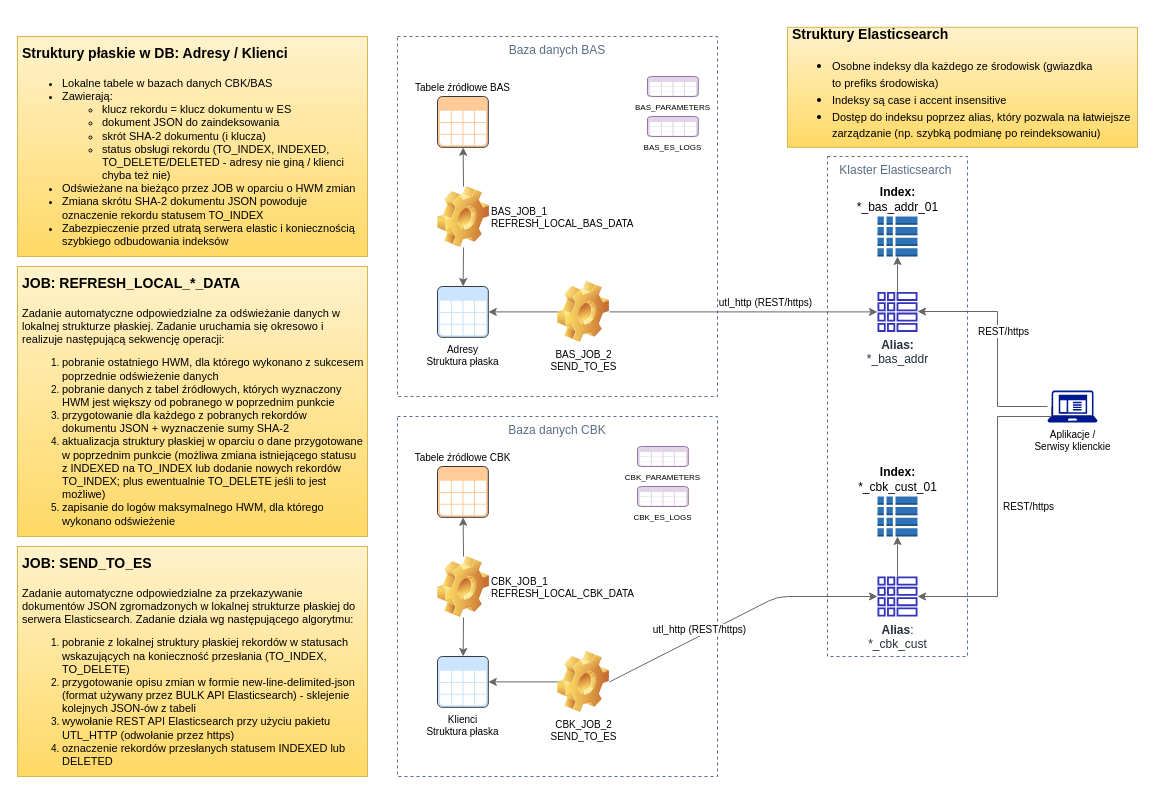
Earlier version of the draw.io diagram ES_w_BAS_i_CBK.drawio (akaliski/drawio). Source tidied: cells renumbered, new cells numbered last; positions are measured from the earlier drawing's top-left corner, leaving out a move shared by most shapes. Both pictures are drawn from the tidied source at 100%, with x=0, y=0 at pixel (17, 27).
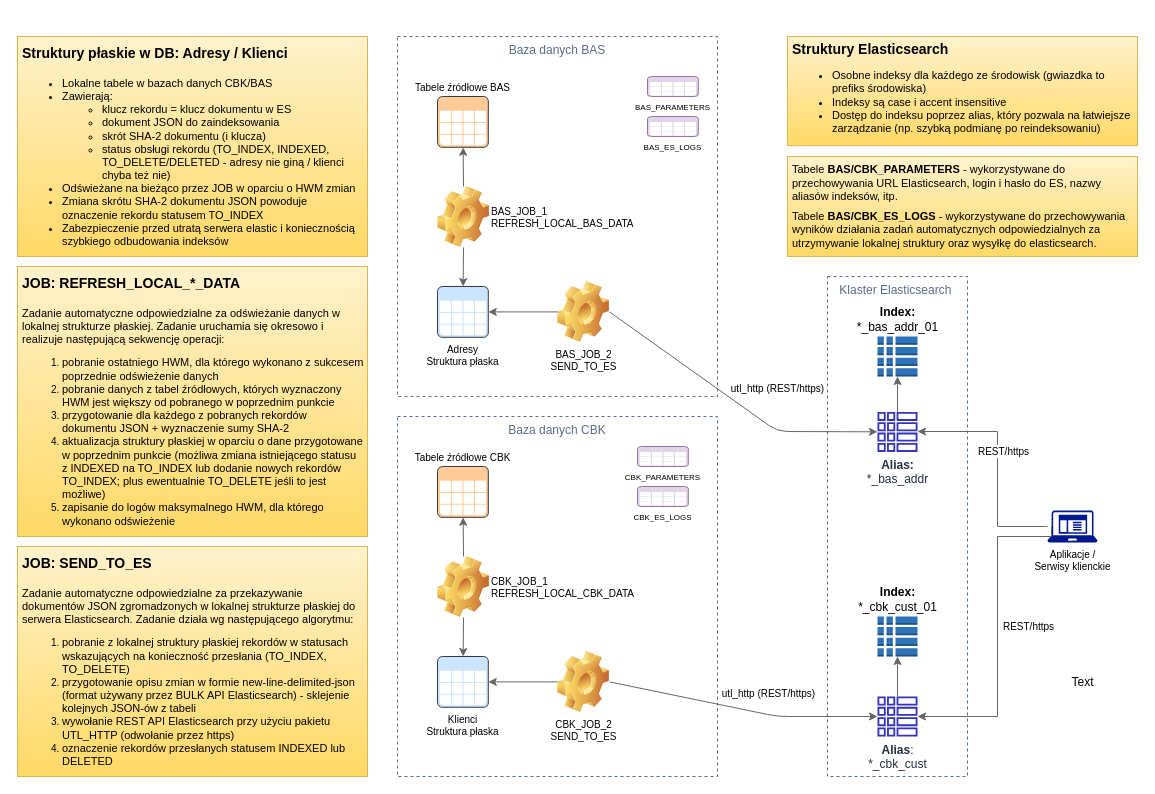
After the change.

Commit message:
final cbk/bas elastic

The change refers to these unchanged cells:
```xml
<mxCell id="2" style="group;spacingTop=0;" parent="1" vertex="1">
  <mxGeometry x="380" y="9" width="740" height="740" as="geometry" />
</mxCell>
<mxCell id="9" value="BAS_JOB_2&lt;br style=&quot;font-size: 10px&quot;&gt;SEND_TO_ES" style="shape=image;html=1;verticalLabelPosition=bottom;labelBackgroundColor=#ffffff;verticalAlign=top;imageAspect=1;image=img/clipart/Gear_128x128.png;labelPosition=center;align=center;fontSize=10;" parent="2" vertex="1">
  <mxGeometry x="160" y="244.9" width="52" height="61" as="geometry" />
</mxCell>
<mxCell id="17" value="CBK_JOB_2&lt;br style=&quot;font-size: 10px&quot;&gt;SEND_TO_ES" style="shape=image;html=1;verticalLabelPosition=bottom;labelBackgroundColor=#ffffff;verticalAlign=top;imageAspect=1;image=img/clipart/Gear_128x128.png;labelPosition=center;align=center;fontSize=10;" parent="2" vertex="1">
  <mxGeometry x="160" y="614.9" width="52" height="61" as="geometry" />
</mxCell>
```

The edit, as a diff of the source:
```diff
@@
     <mxCell id="23" value="Klaster Elasticsearch " style="fillColor=none;strokeColor=#5A6C86;dashed=1;verticalAlign=top;fontStyle=0;fontColor=#5A6C86;" parent="2" vertex="1">
-      <mxGeometry x="430" y="120" width="140" height="500" as="geometry" />
+      <mxGeometry x="430" y="240" width="140" height="500" as="geometry" />
     </mxCell>
     <mxCell id="24" value="&lt;b&gt;Alias:&lt;br&gt;&lt;/b&gt;*_bas_addr" style="outlineConnect=0;fontColor=#232F3E;gradientColor=none;fillColor=#3334B9;strokeColor=none;dashed=0;verticalLabelPosition=bottom;verticalAlign=top;align=center;html=1;fontSize=12;fontStyle=0;shape=mxgraph.aws4.global_secondary_index;" parent="2" vertex="1">
-      <mxGeometry x="480" y="255.4" width="40" height="40" as="geometry" />
+      <mxGeometry x="480" y="375.4" width="40" height="40" as="geometry" />
     </mxCell>
@@
     <mxCell id="26" value="&lt;span style=&quot;font-size: 12px&quot;&gt;&lt;b&gt;Index:&lt;/b&gt;&lt;br&gt;*_bas_addr_01&lt;/span&gt;" style="outlineConnect=0;dashed=0;verticalLabelPosition=top;verticalAlign=bottom;align=center;html=1;shape=mxgraph.aws3.global_secondary_index;fillColor=#2E73B8;gradientColor=none;fontSize=8;fontColor=#000000;labelPosition=center;" parent="2" vertex="1">
-      <mxGeometry x="480" y="180" width="40" height="40" as="geometry" />
+      <mxGeometry x="480" y="300" width="40" height="40" as="geometry" />
     </mxCell>
     <mxCell id="27" value="&lt;b&gt;Alias&lt;/b&gt;:&lt;br&gt;*_cbk_cust" style="outlineConnect=0;fontColor=#232F3E;gradientColor=none;fillColor=#3334B9;strokeColor=none;dashed=0;verticalLabelPosition=bottom;verticalAlign=top;align=center;html=1;fontSize=12;fontStyle=0;shape=mxgraph.aws4.global_secondary_index;labelPosition=center;" parent="2" vertex="1">
-      <mxGeometry x="480" y="540" width="40" height="40" as="geometry" />
+      <mxGeometry x="480" y="660" width="40" height="40" as="geometry" />
     </mxCell>
@@
     <mxCell id="29" value="&lt;span style=&quot;font-size: 12px&quot;&gt;&lt;b&gt;Index:&lt;br&gt;&lt;/b&gt;*_cbk_cust_01&lt;/span&gt;" style="outlineConnect=0;dashed=0;verticalLabelPosition=top;verticalAlign=bottom;align=center;html=1;shape=mxgraph.aws3.global_secondary_index;fillColor=#2E73B8;gradientColor=none;fontSize=8;fontColor=#000000;labelPosition=center;" parent="2" vertex="1">
-      <mxGeometry x="480" y="460" width="40" height="40" as="geometry" />
+      <mxGeometry x="480" y="580" width="40" height="40" as="geometry" />
     </mxCell>
     <mxCell id="30" style="endArrow=classic;html=1;fontColor=#333333;fillColor=#6d8764;strokeColor=#666666;exitX=1;exitY=0.5;exitDx=0;exitDy=0;" parent="2" edge="1" source="17" target="27">
       <mxGeometry relative="1" as="geometry">
         <Array as="points">
-          <mxPoint x="380" y="560" />
+          <mxPoint x="380" y="680" />
         </Array>
       </mxGeometry>
     </mxCell>
     <mxCell id="31" value="utl_http (REST/https)" style="edgeLabel;html=1;align=center;verticalAlign=bottom;fontSize=10;fontColor=#000000;labelPosition=center;verticalLabelPosition=top;" parent="30" vertex="1">
-      <mxGeometry x="-0.31" y="-1" relative="1" as="geometry" />
+      <mxGeometry x="-0.31" y="-1" relative="1" as="geometry">
+        <mxPoint x="67.1" as="offset" />
+      </mxGeometry>
     </mxCell>
     <mxCell id="32" style="endArrow=classic;html=1;fontColor=#333333;fillColor=#6d8764;strokeColor=#666666;exitX=1;exitY=0.5;exitDx=0;exitDy=0;" parent="2" edge="1" source="9" target="24">
-      <mxGeometry relative="1" as="geometry" />
+      <mxGeometry relative="1" as="geometry">
+        <Array as="points">
+          <mxPoint x="380" y="395" />
+        </Array>
+      </mxGeometry>
     </mxCell>
     <mxCell id="33" value="utl_http (REST/https)" style="edgeLabel;html=1;align=center;verticalAlign=bottom;fontSize=10;fontColor=#000000;labelPosition=center;verticalLabelPosition=top;" parent="32" vertex="1">
-      <mxGeometry x="0.16" y="1" relative="1" as="geometry" />
+      <mxGeometry x="0.16" y="1" relative="1" as="geometry">
+        <mxPoint x="22.4" y="-17.8" as="offset" />
+      </mxGeometry>
     </mxCell>
     <mxCell id="34" style="edgeStyle=orthogonalEdgeStyle;rounded=0;jettySize=auto;html=1;strokeColor=#666666;fontSize=10;fontColor=#000000;" parent="2" edge="1" source="36" target="24">
       <mxGeometry relative="1" as="geometry">
         <Array as="points">
-          <mxPoint x="600" y="370" />
-          <mxPoint x="600" y="275" />
+          <mxPoint x="600" y="490" />
+          <mxPoint x="600" y="395" />
         </Array>
       </mxGeometry>
     </mxCell>
@@
     <mxCell id="36" value="Aplikacje /&lt;br&gt;Serwisy klienckie" style="shadow=0;dashed=0;html=1;strokeColor=none;labelPosition=center;verticalLabelPosition=bottom;verticalAlign=top;align=center;fillColor=#00188D;shape=mxgraph.mscae.enterprise.client_application;fontSize=10;fontColor=#000000;" parent="2" vertex="1">
-      <mxGeometry x="650" y="354" width="50" height="32" as="geometry" />
+      <mxGeometry x="650" y="474" width="50" height="32" as="geometry" />
     </mxCell>
     <mxCell id="37" style="edgeStyle=orthogonalEdgeStyle;rounded=0;jettySize=auto;html=1;strokeColor=#666666;fontSize=10;fontColor=#000000;exitX=0.08;exitY=0.5;exitDx=0;exitDy=0;exitPerimeter=0;" parent="2" edge="1" source="36" target="27">
       <mxGeometry relative="1" as="geometry">
         <Array as="points">
-          <mxPoint x="654" y="380" />
-          <mxPoint x="600" y="380" />
-          <mxPoint x="600" y="560" />
+          <mxPoint x="654" y="500" />
+          <mxPoint x="600" y="500" />
+          <mxPoint x="600" y="680" />
         </Array>
       </mxGeometry>
     </mxCell>
@@
+    <mxCell id="42" value="&lt;h1 style=&quot;font-size: 14px&quot;&gt;&lt;font style=&quot;font-size: 14px&quot;&gt;Struktury Elasticsearch&lt;/font&gt;&lt;/h1&gt;&lt;div style=&quot;font-size: 11px&quot;&gt;&lt;font style=&quot;font-size: 11px&quot;&gt;&lt;div&gt;&lt;ul&gt;&lt;li&gt;Osobne indeksy dla każdego ze środowisk (gwiazdka to prefiks środowiska)&lt;br&gt;&lt;/li&gt;&lt;li&gt;Indeksy są case i accent insensitive&lt;br&gt;&lt;/li&gt;&lt;li&gt;Dostęp do indeksu poprzez alias, który pozwala na łatwiejsze zarządzanie (np. szybką podmianę po reindeksowaniu)&lt;br&gt;&lt;/li&gt;&lt;/ul&gt;&lt;/div&gt;&lt;/font&gt;&lt;/div&gt;" style="text;html=1;strokeColor=#d6b656;fillColor=#fff2cc;spacing=5;spacingTop=-14;whiteSpace=wrap;overflow=hidden;rounded=0;fontSize=10;gradientColor=#ffd966;" parent="2" vertex="1">
+      <mxGeometry x="390" width="350" height="109.2" as="geometry" />
+    </mxCell>
+    <mxCell id="43" value="Text" style="text;html=1;align=center;verticalAlign=middle;" parent="2" vertex="1">
+      <mxGeometry x="665" y="636" width="40" height="20" as="geometry" />
+    </mxCell>
+    <mxCell id="44" value="&lt;h1 style=&quot;font-size: 11px&quot;&gt;&lt;span style=&quot;font-weight: normal&quot;&gt;Tabele &lt;/span&gt;BAS/CBK_PARAMETERS&lt;span style=&quot;font-weight: normal&quot;&gt; - wykorzystywane do przechowywania URL Elasticsearch, login i hasło do ES, nazwy aliasów indeksów, itp.&lt;/span&gt;&lt;/h1&gt;&lt;div&gt;&lt;h1 style=&quot;font-size: 11px&quot;&gt;&lt;span style=&quot;font-weight: normal&quot;&gt;Tabele &lt;/span&gt;BAS/CBK_ES_LOGS&lt;span style=&quot;font-weight: normal&quot;&gt; - wykorzystywane do przechowywania wyników działania zadań automatycznych odpowiedzialnych za utrzymywanie lokalnej struktury oraz wysyłkę do elasticsearch.&lt;/span&gt;&lt;/h1&gt;&lt;/div&gt;" style="text;html=1;strokeColor=#d6b656;fillColor=#fff2cc;spacing=5;spacingTop=-10;whiteSpace=wrap;overflow=hidden;rounded=0;fontSize=10;gradientColor=#ffd966;" parent="2" vertex="1">
+      <mxGeometry x="390" y="120" width="350" height="100" as="geometry" />
+    </mxCell>
@@
-    <mxCell id="42" value="&lt;h1 style=&quot;font-size: 14px&quot;&gt;&lt;font style=&quot;font-size: 14px&quot;&gt;Struktury Elasticsearch&lt;/font&gt;&lt;/h1&gt;&lt;h1 style=&quot;font-size: 14px&quot;&gt;&lt;ul&gt;&lt;li&gt;&lt;span style=&quot;font-weight: normal&quot;&gt;&lt;font style=&quot;font-size: 11px&quot;&gt;Osobne indeksy dla każdego ze środowisk (gwiazdka to&amp;nbsp;prefiks środowiska)&lt;/font&gt;&lt;/span&gt;&lt;/li&gt;&lt;li&gt;&lt;span style=&quot;font-weight: normal&quot;&gt;&lt;font style=&quot;font-size: 11px&quot;&gt;Indeksy są case i accent insensitive&lt;/font&gt;&lt;/span&gt;&lt;/li&gt;&lt;li&gt;&lt;span style=&quot;font-weight: normal&quot;&gt;&lt;font style=&quot;font-size: 11px&quot;&gt;Dostęp do indeksu poprzez alias, który pozwala na łatwiejsze zarządzanie (np. szybką podmianę po reindeksowaniu)&lt;/font&gt;&lt;/span&gt;&lt;/li&gt;&lt;/ul&gt;&lt;/h1&gt;" style="text;html=1;strokeColor=#d6b656;fillColor=#fff2cc;spacing=5;spacingTop=-20;whiteSpace=wrap;overflow=hidden;rounded=0;fontSize=10;gradientColor=#ffd966;" parent="1" vertex="1">
-      <mxGeometry x="770" y="-0.2" width="350" height="120" as="geometry" />
-    </mxCell>
```
